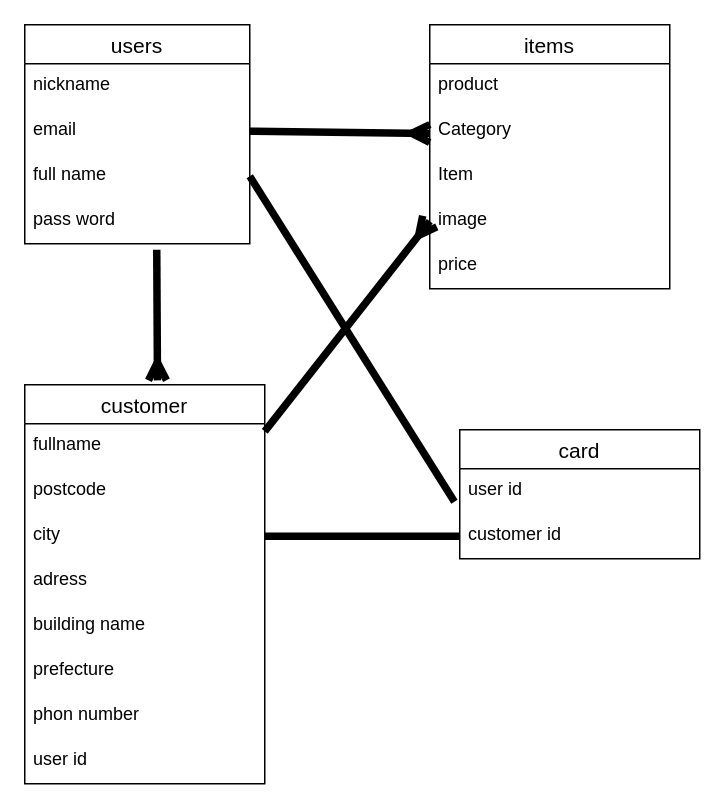
The draw.io diagram config/readme.dio in tya-suke/furima-38764, before the edit. Source tidied: cells renumbered, new cells numbered last; positions are measured from the earlier drawing's top-left corner, leaving out a move shared by most shapes. Both pictures are drawn from the tidied source at 150%, with x=0, y=0 at pixel (24, 24).
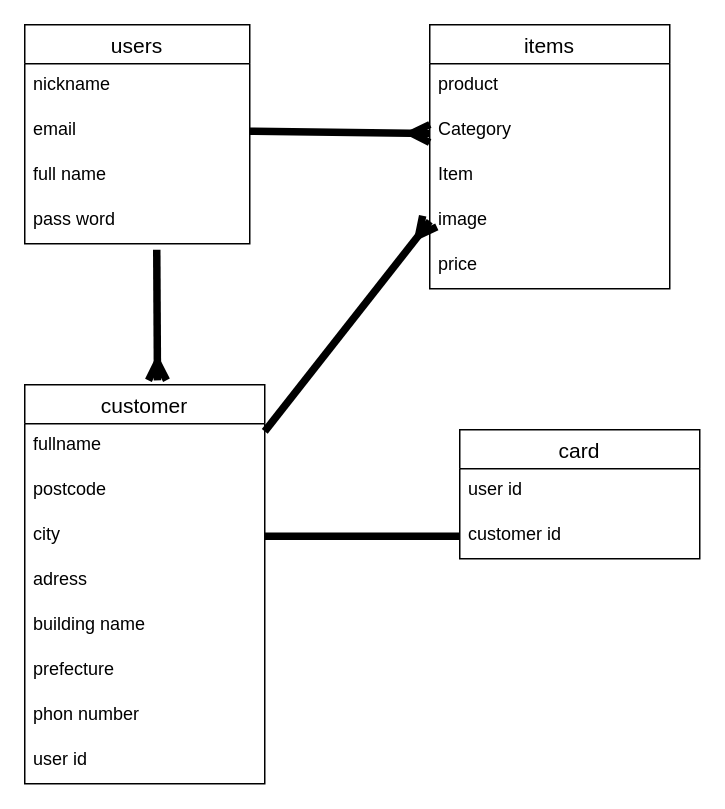
After the change.

Unchanged cells that the change refers to:
```xml
<mxCell id="5" value="full name" style="text;strokeColor=none;fillColor=none;spacingLeft=4;spacingRight=4;overflow=hidden;points=[[0,0.5],[1,0.5]];portConstraint=eastwest;fontSize=12;" parent="2" vertex="1">
  <mxGeometry y="86" width="150" height="30" as="geometry" />
</mxCell>
<mxCell id="25" value="user id" style="text;strokeColor=none;fillColor=none;spacingLeft=4;spacingRight=4;overflow=hidden;points=[[0,0.5],[1,0.5]];portConstraint=eastwest;fontSize=12;" parent="24" vertex="1">
  <mxGeometry y="26" width="160" height="30" as="geometry" />
</mxCell>
```

Diff of the diagram source:
```diff
@@
-    <mxCell id="28" style="html=1;exitX=1;exitY=0.5;exitDx=0;exitDy=0;entryX=-0.022;entryY=0.733;entryDx=0;entryDy=0;entryPerimeter=0;endArrow=none;endFill=0;strokeColor=default;strokeWidth=5;" parent="1" edge="1" source="5" target="25">
-      <mxGeometry relative="1" as="geometry" />
-    </mxCell>
```
